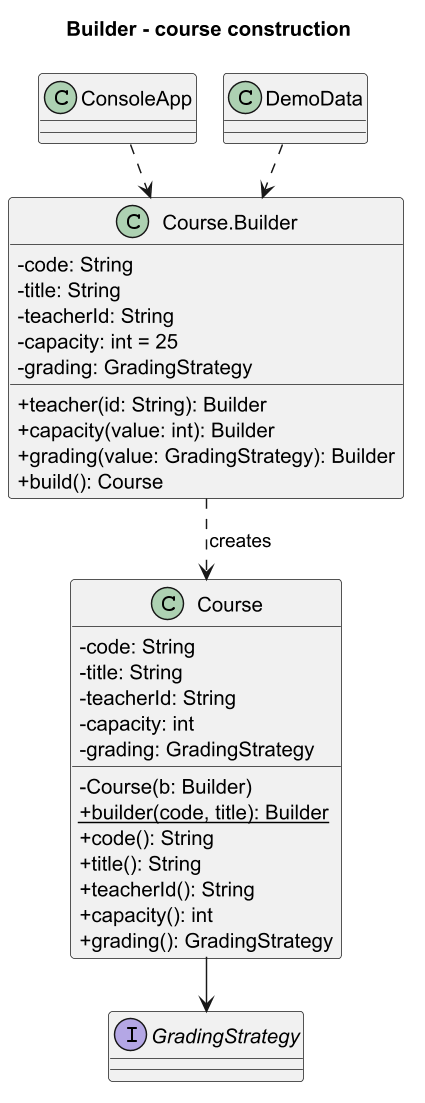
The PlantUML diagram docs/images/builder.png in Asylstyle/school-management-system, before a commit.
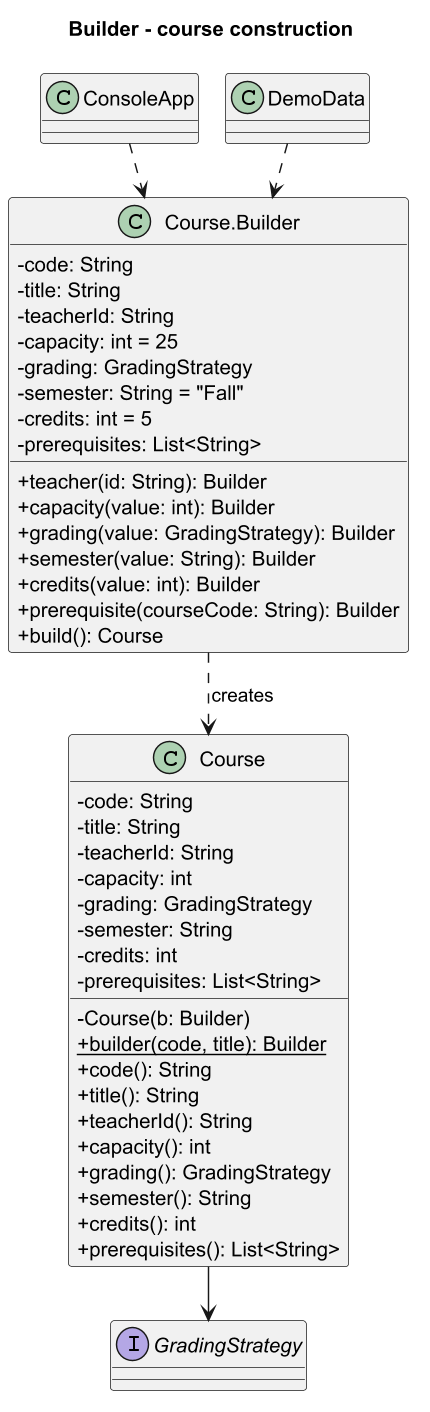
The same file after the commit.

What changed in the source:
```diff
@@ -11,6 +11,9 @@
   -teacherId: String
   -capacity: int
   -grading: GradingStrategy
+  -semester: String
+  -credits: int
+  -prerequisites: List<String>
   -Course(b: Builder)
   +{static} builder(code, title): Builder
   +code(): String
@@ -18,6 +21,9 @@
   +teacherId(): String
   +capacity(): int
   +grading(): GradingStrategy
+  +semester(): String
+  +credits(): int
+  +prerequisites(): List<String>
 }
 class "Course.Builder" as Builder {
   -code: String
@@ -25,9 +31,15 @@
   -teacherId: String
   -capacity: int = 25
   -grading: GradingStrategy
+  -semester: String = "Fall"
+  -credits: int = 5
+  -prerequisites: List<String>
   +teacher(id: String): Builder
   +capacity(value: int): Builder
   +grading(value: GradingStrategy): Builder
+  +semester(value: String): Builder
+  +credits(value: int): Builder
+  +prerequisite(courseCode: String): Builder
   +build(): Course
 }
 interface GradingStrategy
```
